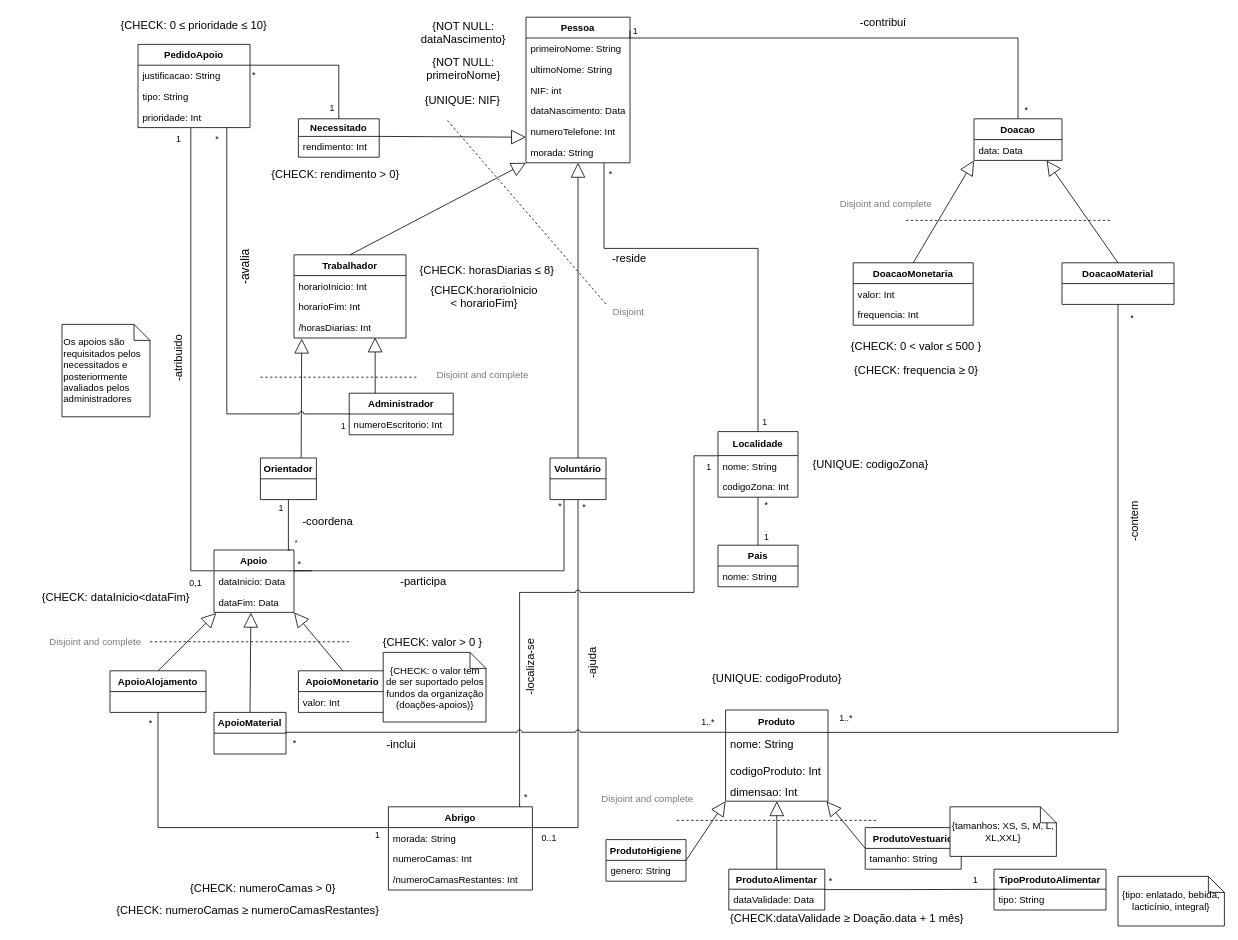
Before: Delivery_I/diagram.drawio in francisco-rente/FEUP-BDAD, a draw.io diagram. Source tidied: cells renumbered, new cells numbered last; positions are measured from the earlier drawing's top-left corner, leaving out a move shared by most shapes. Both pictures are drawn from the tidied source at 80%, with x=0, y=0 at pixel (38, 14).
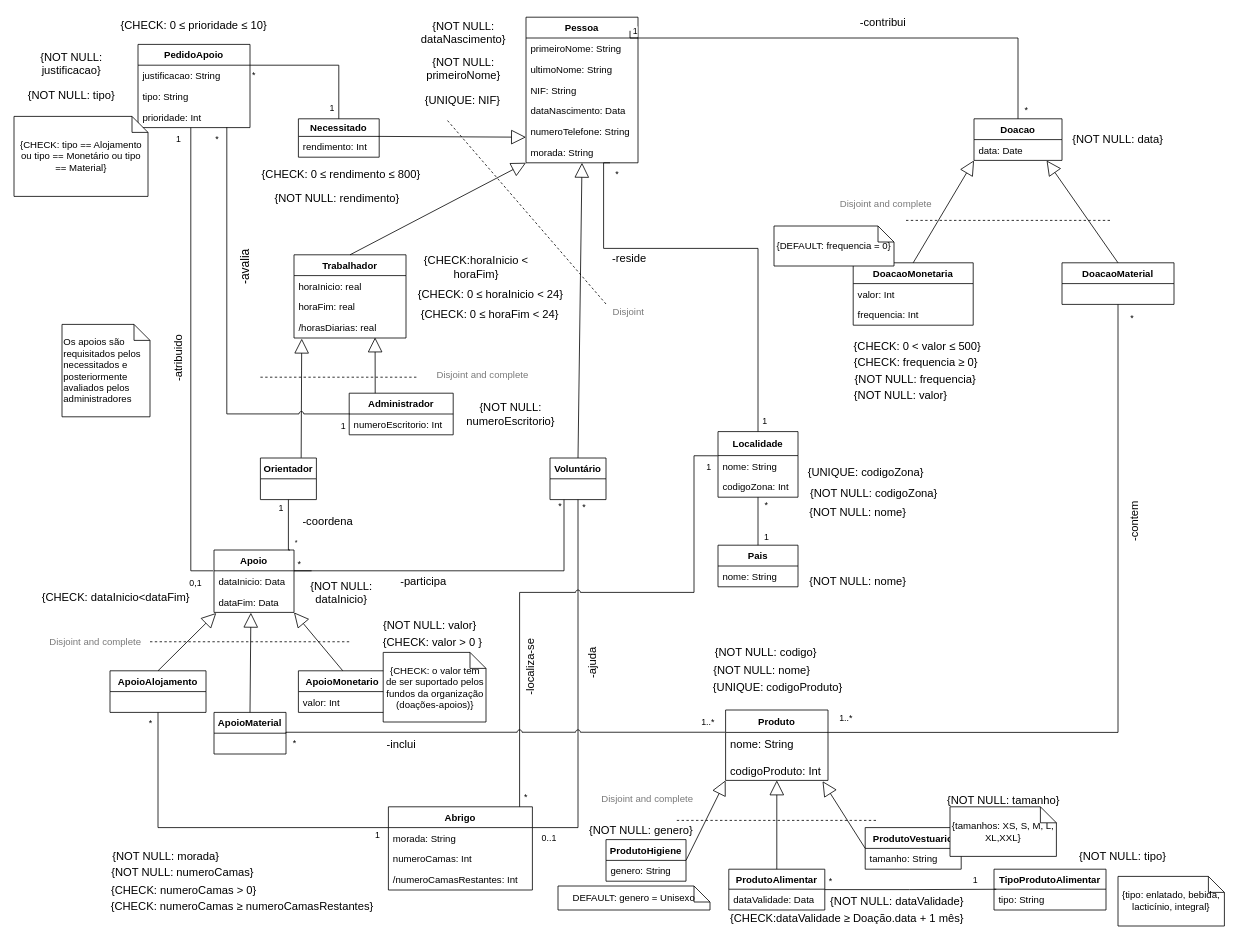
After the change.

Commit message (it also covers changes not shown here):
:memo: changed work hours to real and udated UML

The change refers to these unchanged cells:
```xml
<mxCell id="9" value="Trabalhador" style="swimlane;fontStyle=1;horizontal=1;startSize=26;fillColor=none;" parent="1" vertex="1">
  <mxGeometry x="320" y="301" width="140" height="104" as="geometry" />
</mxCell>
<mxCell id="27" value="ProdutoVestuario" style="swimlane;fontStyle=1;horizontal=1;startSize=26;fillColor=none;" parent="1" vertex="1">
  <mxGeometry x="1034" y="1017" width="120" height="52" as="geometry" />
</mxCell>
<mxCell id="35" value="Doacao" style="swimlane;fontStyle=1;horizontal=1;startSize=26;fillColor=none;" parent="1" vertex="1">
  <mxGeometry x="1170" y="131" width="110" height="52" as="geometry" />
</mxCell>
<mxCell id="135" value="codigoProduto: Int" style="text;strokeColor=none;fillColor=none;align=left;verticalAlign=top;spacingLeft=4;spacingRight=4;overflow=hidden;points=[[0,0.5],[1,0.5]];portConstraint=eastwest;fontSize=14;" parent="133" vertex="1">
  <mxGeometry y="62" width="128" height="26" as="geometry" />
</mxCell>
```

What changed in the source:
```diff
@@
     <mxCell id="2" value="Pessoa" style="swimlane;fontStyle=1;horizontal=1;startSize=26;fillColor=none;" parent="1" vertex="1">
-      <mxGeometry x="610" y="4" width="130" height="182" as="geometry" />
+      <mxGeometry x="610" y="4" width="140" height="182" as="geometry" />
     </mxCell>
     <mxCell id="3" value="primeiroNome: String" style="text;strokeColor=none;fillColor=none;align=left;verticalAlign=top;spacingLeft=4;spacingRight=4;overflow=hidden;" parent="2" vertex="1">
-      <mxGeometry y="26" width="130" height="26" as="geometry" />
+      <mxGeometry y="26" width="140" height="26" as="geometry" />
     </mxCell>
     <mxCell id="4" value="ultimoNome: String" style="text;strokeColor=none;fillColor=none;align=left;verticalAlign=top;spacingLeft=4;spacingRight=4;overflow=hidden;" parent="2" vertex="1">
-      <mxGeometry y="52" width="130" height="26" as="geometry" />
+      <mxGeometry y="52" width="140" height="26" as="geometry" />
     </mxCell>
-    <mxCell id="5" value="NIF: int" style="text;strokeColor=none;fillColor=none;align=left;verticalAlign=top;spacingLeft=4;spacingRight=4;overflow=hidden;" parent="2" vertex="1">
-      <mxGeometry y="78" width="130" height="26" as="geometry" />
+    <mxCell id="5" value="NIF: String" style="text;strokeColor=none;fillColor=none;align=left;verticalAlign=top;spacingLeft=4;spacingRight=4;overflow=hidden;" parent="2" vertex="1">
+      <mxGeometry y="78" width="140" height="26" as="geometry" />
     </mxCell>
     <mxCell id="6" value="dataNascimento: Data" style="text;strokeColor=none;fillColor=none;align=left;verticalAlign=top;spacingLeft=4;spacingRight=4;overflow=hidden;" parent="2" vertex="1">
-      <mxGeometry y="104" width="130" height="26" as="geometry" />
+      <mxGeometry y="104" width="140" height="26" as="geometry" />
     </mxCell>
-    <mxCell id="7" value="numeroTelefone: Int" style="text;strokeColor=none;fillColor=none;align=left;verticalAlign=top;spacingLeft=4;spacingRight=4;overflow=hidden;" parent="2" vertex="1">
-      <mxGeometry y="130" width="130" height="26" as="geometry" />
+    <mxCell id="7" value="numeroTelefone: String" style="text;strokeColor=none;fillColor=none;align=left;verticalAlign=top;spacingLeft=4;spacingRight=4;overflow=hidden;" parent="2" vertex="1">
+      <mxGeometry y="130" width="140" height="26" as="geometry" />
     </mxCell>
     <mxCell id="8" value="morada: String" style="text;strokeColor=none;fillColor=none;align=left;verticalAlign=top;spacingLeft=4;spacingRight=4;overflow=hidden;" parent="2" vertex="1">
-      <mxGeometry y="156" width="130" height="26" as="geometry" />
+      <mxGeometry y="156" width="140" height="26" as="geometry" />
     </mxCell>
@@
-    <mxCell id="10" value="horarioInicio: Int" style="text;strokeColor=none;fillColor=none;align=left;verticalAlign=top;spacingLeft=4;spacingRight=4;overflow=hidden;" parent="9" vertex="1">
+    <mxCell id="10" value="horaInicio: real" style="text;strokeColor=none;fillColor=none;align=left;verticalAlign=top;spacingLeft=4;spacingRight=4;overflow=hidden;" parent="9" vertex="1">
       <mxGeometry y="26" width="140" height="26" as="geometry" />
     </mxCell>
-    <mxCell id="11" value="horarioFim: Int" style="text;strokeColor=none;fillColor=none;align=left;verticalAlign=top;spacingLeft=4;spacingRight=4;overflow=hidden;" parent="9" vertex="1">
+    <mxCell id="11" value="horaFim: real" style="text;strokeColor=none;fillColor=none;align=left;verticalAlign=top;spacingLeft=4;spacingRight=4;overflow=hidden;" parent="9" vertex="1">
       <mxGeometry y="52" width="140" height="26" as="geometry" />
     </mxCell>
-    <mxCell id="12" value="/horasDiarias: Int" style="text;strokeColor=none;fillColor=none;align=left;verticalAlign=top;spacingLeft=4;spacingRight=4;overflow=hidden;points=[[0,0.5],[1,0.5]];portConstraint=eastwest;" parent="9" vertex="1">
+    <mxCell id="12" value="/horasDiarias: real" style="text;strokeColor=none;fillColor=none;align=left;verticalAlign=top;spacingLeft=4;spacingRight=4;overflow=hidden;points=[[0,0.5],[1,0.5]];portConstraint=eastwest;" parent="9" vertex="1">
       <mxGeometry y="78" width="140" height="26" as="geometry" />
     </mxCell>
@@
-    <mxCell id="36" value="data: Data" style="text;strokeColor=none;fillColor=none;align=left;verticalAlign=top;spacingLeft=4;spacingRight=4;overflow=hidden;points=[[0,0.5],[1,0.5]];portConstraint=eastwest;" parent="35" vertex="1">
+    <mxCell id="36" value="data: Date" style="text;strokeColor=none;fillColor=none;align=left;verticalAlign=top;spacingLeft=4;spacingRight=4;overflow=hidden;points=[[0,0.5],[1,0.5]];portConstraint=eastwest;" parent="35" vertex="1">
       <mxGeometry y="26" width="110" height="26" as="geometry" />
     </mxCell>
@@
-    <mxCell id="52" style="endArrow=block;endSize=16;endFill=0;html=1;rounded=0;jumpStyle=arc;entryX=0.986;entryY=1.008;entryDx=0;entryDy=0;entryPerimeter=0;exitX=0;exitY=0.5;exitDx=0;exitDy=0;" parent="1" edge="1" source="27" target="136">
+    <mxCell id="52" style="endArrow=block;endSize=16;endFill=0;html=1;rounded=0;jumpStyle=arc;entryX=0.947;entryY=1.038;entryDx=0;entryDy=0;entryPerimeter=0;exitX=0;exitY=0.5;exitDx=0;exitDy=0;" parent="1" edge="1" source="27" target="135">
       <mxGeometry x="130" y="26" as="geometry" />
     </mxCell>
@@
     <mxCell id="74" value="&lt;font style=&quot;font-size: 14px&quot;&gt;{&lt;/font&gt;&lt;font style=&quot;font-size: 14px&quot;&gt;&lt;font style=&quot;font-size: 14px&quot;&gt;CHECK: numeroCamas ≥&amp;nbsp;&lt;/font&gt;&lt;/font&gt;&lt;font style=&quot;font-size: 14px&quot;&gt;&lt;font style=&quot;font-size: 14px&quot;&gt;&lt;font style=&quot;font-size: 14px&quot;&gt;numeroCamasRestantes&lt;/font&gt;&lt;/font&gt;}&lt;/font&gt;" style="text;html=1;strokeColor=none;fillColor=none;align=center;verticalAlign=middle;whiteSpace=wrap;rounded=1;" parent="1" vertex="1">
-      <mxGeometry x="90" y="1107" width="345" height="28" as="geometry" />
+      <mxGeometry x="89.5" y="1103.5" width="330.5" height="23.5" as="geometry" />
     </mxCell>
@@
-    <mxCell id="76" value="&lt;font style=&quot;font-size: 14px&quot;&gt;{CHECK: horasDiarias ≤ 8}&lt;/font&gt;" style="text;html=1;strokeColor=none;fillColor=none;align=center;verticalAlign=middle;whiteSpace=wrap;rounded=0;" parent="1" vertex="1">
-      <mxGeometry x="471.5" y="311" width="178.5" height="20" as="geometry" />
-    </mxCell>
@@
     <mxCell id="78" value="&lt;font style=&quot;font-size: 14px&quot;&gt;{CHECK: &lt;/font&gt;&lt;font style=&quot;font-size: 14px&quot;&gt;&lt;font style=&quot;font-size: 14px&quot;&gt;numeroCamas &amp;gt; 0&lt;/font&gt;}&lt;/font&gt;" style="text;html=1;strokeColor=none;fillColor=none;align=center;verticalAlign=middle;whiteSpace=wrap;rounded=1;" parent="1" vertex="1">
-      <mxGeometry x="180" y="1084" width="203" height="18" as="geometry" />
+      <mxGeometry x="87" y="1085.5" width="191" height="18" as="geometry" />
     </mxCell>
-    <mxCell id="79" value="&lt;font style=&quot;font-size: 14px&quot;&gt;{CHECK: 0 &amp;lt; valor &lt;font style=&quot;font-size: 14px&quot;&gt;&lt;span class=&quot;box&quot;&gt;≤ 500&lt;/span&gt;&lt;/font&gt; }&lt;/font&gt;" style="text;html=1;strokeColor=none;fillColor=none;align=center;verticalAlign=middle;whiteSpace=wrap;rounded=0;" parent="1" vertex="1">
-      <mxGeometry x="1013" y="405" width="170" height="20" as="geometry" />
+    <mxCell id="79" value="&lt;font style=&quot;font-size: 14px&quot;&gt;{CHECK: 0 &amp;lt; valor &lt;font style=&quot;font-size: 14px&quot;&gt;&lt;span class=&quot;box&quot;&gt;≤ 500&lt;/span&gt;&lt;/font&gt;}&lt;/font&gt;" style="text;html=1;strokeColor=none;fillColor=none;align=center;verticalAlign=middle;whiteSpace=wrap;rounded=0;" parent="1" vertex="1">
+      <mxGeometry x="1015" y="405" width="169" height="20" as="geometry" />
     </mxCell>
@@
     <mxCell id="115" value="{UNIQUE: codigoZona}" style="text;html=1;strokeColor=none;fillColor=none;align=center;verticalAlign=middle;whiteSpace=wrap;rounded=0;fontSize=14;" parent="1" vertex="1">
-      <mxGeometry x="960" y="553" width="162" height="20" as="geometry" />
+      <mxGeometry x="957" y="563" width="156" height="20" as="geometry" />
     </mxCell>
-    <mxCell id="116" value="&lt;font style=&quot;font-size: 14px&quot;&gt;{CHECK:horarioInicio &amp;lt; horarioFim}&lt;/font&gt;" style="text;html=1;strokeColor=none;fillColor=none;align=center;verticalAlign=middle;whiteSpace=wrap;rounded=0;" parent="1" vertex="1">
-      <mxGeometry x="504.5" y="343" width="105.5" height="20" as="geometry" />
+    <mxCell id="116" value="&lt;font style=&quot;font-size: 14px&quot;&gt;{CHECK:horaInicio &amp;lt; horaFim}&lt;/font&gt;" style="text;html=1;strokeColor=none;fillColor=none;align=center;verticalAlign=middle;whiteSpace=wrap;rounded=0;" parent="1" vertex="1">
+      <mxGeometry x="476.5" y="306" width="142" height="20" as="geometry" />
     </mxCell>
@@
     <mxCell id="118" value="&lt;font style=&quot;font-size: 14px&quot;&gt;{CHECK: frequencia&lt;font style=&quot;font-size: 14px&quot;&gt;&lt;font style=&quot;font-size: 14px&quot;&gt; ≥ &lt;/font&gt;&lt;/font&gt;0}&lt;/font&gt;" style="text;html=1;strokeColor=none;fillColor=none;align=center;verticalAlign=middle;whiteSpace=wrap;rounded=0;" parent="1" vertex="1">
-      <mxGeometry x="1013" y="435.8" width="170" height="20" as="geometry" />
+      <mxGeometry x="1017.5" y="425" width="159" height="20" as="geometry" />
     </mxCell>
-    <mxCell id="119" value="&lt;font style=&quot;font-size: 14px&quot;&gt;{CHECK: rendimento &amp;gt; 0}&lt;/font&gt;" style="text;whiteSpace=wrap;html=1;fontSize=14;" parent="1" vertex="1">
-      <mxGeometry x="290" y="186" width="165" height="30" as="geometry" />
+    <mxCell id="119" value="&lt;font style=&quot;font-size: 14px&quot;&gt;{CHECK: 0 &lt;/font&gt;&lt;font style=&quot;font-size: 14px&quot;&gt;&lt;font style=&quot;font-size: 14px&quot;&gt;≤&lt;/font&gt; rendimento &lt;/font&gt;&lt;font style=&quot;font-size: 14px&quot;&gt;&lt;span class=&quot;box&quot;&gt;≤ 800&lt;/span&gt;}&lt;/font&gt;" style="text;whiteSpace=wrap;html=1;fontSize=14;" parent="1" vertex="1">
+      <mxGeometry x="278" y="186" width="210" height="30" as="geometry" />
     </mxCell>
@@
     <mxCell id="131" value="{UNIQUE: codigoProduto}" style="text;html=1;strokeColor=none;fillColor=none;align=center;verticalAlign=middle;whiteSpace=wrap;rounded=0;fontSize=14;" parent="1" vertex="1">
-      <mxGeometry x="823" y="821" width="202" height="20" as="geometry" />
+      <mxGeometry x="824" y="831.5" width="202" height="20" as="geometry" />
     </mxCell>
@@
     <mxCell id="133" value="Produto" style="swimlane;fontStyle=1;horizontal=1;startSize=28;fillColor=none;" parent="1" vertex="1">
-      <mxGeometry x="859.5" y="870" width="128" height="114" as="geometry" />
+      <mxGeometry x="859.5" y="870" width="128" height="88" as="geometry" />
     </mxCell>
@@
-    <mxCell id="136" value="dimensao: Int" style="text;strokeColor=none;fillColor=none;align=left;verticalAlign=top;spacingLeft=4;spacingRight=4;overflow=hidden;points=[[0,0.5],[1,0.5]];portConstraint=eastwest;fontSize=14;" parent="133" vertex="1">
-      <mxGeometry y="88" width="128" height="26" as="geometry" />
-    </mxCell>
@@
+    <mxCell id="152" value="&lt;font style=&quot;font-size: 14px&quot;&gt;{NOT NULL: rendimento}&lt;/font&gt;" style="text;whiteSpace=wrap;html=1;fontSize=14;" parent="1" vertex="1">
+      <mxGeometry x="293.5" y="216" width="165" height="30" as="geometry" />
+    </mxCell>
+    <mxCell id="153" value="&lt;font style=&quot;font-size: 14px&quot;&gt;{NOT NULL: justificacao} &lt;/font&gt;" style="text;html=1;strokeColor=none;fillColor=none;align=center;verticalAlign=middle;whiteSpace=wrap;rounded=0;fontSize=12;" parent="1" vertex="1">
+      <mxGeometry x="-30" y="46" width="143.5" height="32" as="geometry" />
+    </mxCell>
+    <mxCell id="154" value="&lt;font style=&quot;font-size: 14px&quot;&gt;{NOT NULL: tipo} &lt;/font&gt;" style="text;html=1;strokeColor=none;fillColor=none;align=center;verticalAlign=middle;whiteSpace=wrap;rounded=0;fontSize=12;" parent="1" vertex="1">
+      <mxGeometry x="-30" y="86" width="143.5" height="32" as="geometry" />
+    </mxCell>
+    <mxCell id="155" value="{CHECK: tipo == Alojamento ou tipo == Monetário ou tipo == Material}" style="shape=note;size=20;whiteSpace=wrap;html=1;" parent="1" vertex="1">
+      <mxGeometry x="-30" y="128" width="167.5" height="100" as="geometry" />
+    </mxCell>
+    <mxCell id="156" value="&lt;font style=&quot;font-size: 14px&quot;&gt;{CHECK: 0 &lt;/font&gt;&lt;font style=&quot;font-size: 14px&quot;&gt;&lt;font style=&quot;font-size: 14px&quot;&gt;≤&lt;/font&gt; horaFim&lt;/font&gt;&lt;font style=&quot;font-size: 14px&quot;&gt;&lt;span class=&quot;box&quot;&gt; &amp;lt; 24&lt;/span&gt;}&lt;/font&gt;" style="text;html=1;strokeColor=none;fillColor=none;align=center;verticalAlign=middle;whiteSpace=wrap;rounded=0;" parent="1" vertex="1">
+      <mxGeometry x="458.5" y="369.5" width="212" height="13" as="geometry" />
+    </mxCell>
+    <mxCell id="157" value="&lt;font style=&quot;font-size: 14px&quot;&gt;{CHECK: 0 &lt;/font&gt;&lt;font style=&quot;font-size: 14px&quot;&gt;&lt;font style=&quot;font-size: 14px&quot;&gt;≤&lt;/font&gt; horaInicio&lt;/font&gt;&lt;font style=&quot;font-size: 14px&quot;&gt;&lt;span class=&quot;box&quot;&gt; &amp;lt; 24&lt;/span&gt;}&lt;/font&gt;" style="text;html=1;strokeColor=none;fillColor=none;align=center;verticalAlign=middle;whiteSpace=wrap;rounded=0;" parent="1" vertex="1">
+      <mxGeometry x="460" y="343.5" width="212" height="13" as="geometry" />
+    </mxCell>
+    <mxCell id="158" value="&lt;font style=&quot;font-size: 14px&quot;&gt;{NOT NULL: numeroEscritorio} &lt;/font&gt;" style="text;html=1;strokeColor=none;fillColor=none;align=center;verticalAlign=middle;whiteSpace=wrap;rounded=0;fontSize=12;" parent="1" vertex="1">
+      <mxGeometry x="519" y="484" width="143.5" height="32" as="geometry" />
+    </mxCell>
+    <mxCell id="159" value="&lt;font style=&quot;font-size: 14px&quot;&gt;{NOT NULL: dataInicio} &lt;/font&gt;" style="text;html=1;strokeColor=none;fillColor=none;align=center;verticalAlign=middle;whiteSpace=wrap;rounded=0;fontSize=12;" parent="1" vertex="1">
+      <mxGeometry x="332" y="707" width="94.5" height="32" as="geometry" />
+    </mxCell>
+    <mxCell id="160" value="&lt;font style=&quot;font-size: 14px&quot;&gt;{NOT NULL: valor} &lt;/font&gt;" style="text;html=1;strokeColor=none;fillColor=none;align=center;verticalAlign=middle;whiteSpace=wrap;rounded=0;fontSize=12;" parent="1" vertex="1">
+      <mxGeometry x="420" y="748" width="140" height="32" as="geometry" />
+    </mxCell>
+    <mxCell id="161" value="&lt;font style=&quot;font-size: 14px&quot;&gt;{NOT NULL: morada} &lt;/font&gt;" style="text;html=1;strokeColor=none;fillColor=none;align=center;verticalAlign=middle;whiteSpace=wrap;rounded=0;fontSize=12;" parent="1" vertex="1">
+      <mxGeometry x="91" y="1037" width="138" height="32" as="geometry" />
+    </mxCell>
+    <mxCell id="162" value="&lt;font style=&quot;font-size: 14px&quot;&gt;{NOT NULL: numeroCamas} &lt;/font&gt;" style="text;html=1;strokeColor=none;fillColor=none;align=center;verticalAlign=middle;whiteSpace=wrap;rounded=0;fontSize=12;" parent="1" vertex="1">
+      <mxGeometry x="89" y="1061" width="184" height="24.5" as="geometry" />
+    </mxCell>
+    <mxCell id="163" value="&lt;font style=&quot;font-size: 14px&quot;&gt;{NOT NULL: data} &lt;/font&gt;" style="text;html=1;strokeColor=none;fillColor=none;align=center;verticalAlign=middle;whiteSpace=wrap;rounded=0;fontSize=12;" parent="1" vertex="1">
+      <mxGeometry x="1290" y="141" width="120" height="32" as="geometry" />
+    </mxCell>
+    <mxCell id="164" value="&lt;font style=&quot;font-size: 14px&quot;&gt;{NOT NULL: valor} &lt;/font&gt;" style="text;html=1;strokeColor=none;fillColor=none;align=center;verticalAlign=middle;whiteSpace=wrap;rounded=0;fontSize=12;" parent="1" vertex="1">
+      <mxGeometry x="1019" y="460.5" width="119" height="32" as="geometry" />
+    </mxCell>
+    <mxCell id="165" value="&lt;font style=&quot;font-size: 14px&quot;&gt;{NOT NULL: frequencia} &lt;/font&gt;" style="text;html=1;strokeColor=none;fillColor=none;align=center;verticalAlign=middle;whiteSpace=wrap;rounded=0;fontSize=12;" parent="1" vertex="1">
+      <mxGeometry x="1020" y="445" width="154" height="23" as="geometry" />
+    </mxCell>
+    <mxCell id="166" value="{DEFAULT: frequencia = 0} " style="shape=note;size=20;whiteSpace=wrap;html=1;" parent="1" vertex="1">
+      <mxGeometry x="920" y="265" width="150" height="50" as="geometry" />
+    </mxCell>
+    <mxCell id="167" value="&lt;font style=&quot;font-size: 14px&quot;&gt;{NOT NULL: codigoZona} &lt;/font&gt;" style="text;html=1;strokeColor=none;fillColor=none;align=center;verticalAlign=middle;whiteSpace=wrap;rounded=0;fontSize=12;" parent="1" vertex="1">
+      <mxGeometry x="960" y="583" width="170" height="32" as="geometry" />
+    </mxCell>
+    <mxCell id="168" value="&lt;font style=&quot;font-size: 14px&quot;&gt;{NOT NULL: nome} &lt;/font&gt;" style="text;html=1;strokeColor=none;fillColor=none;align=center;verticalAlign=middle;whiteSpace=wrap;rounded=0;fontSize=12;" parent="1" vertex="1">
+      <mxGeometry x="960" y="693" width="130" height="32" as="geometry" />
+    </mxCell>
+    <mxCell id="169" value="&lt;font style=&quot;font-size: 14px&quot;&gt;{NOT NULL: nome} &lt;/font&gt;" style="text;html=1;strokeColor=none;fillColor=none;align=center;verticalAlign=middle;whiteSpace=wrap;rounded=0;fontSize=12;" parent="1" vertex="1">
+      <mxGeometry x="960" y="607" width="130" height="32" as="geometry" />
+    </mxCell>
+    <mxCell id="170" value="&lt;font style=&quot;font-size: 14px&quot;&gt;{NOT NULL: nome} &lt;/font&gt;" style="text;html=1;strokeColor=none;fillColor=none;align=center;verticalAlign=middle;whiteSpace=wrap;rounded=0;fontSize=12;" parent="1" vertex="1">
+      <mxGeometry x="840" y="809.5" width="130" height="22" as="geometry" />
+    </mxCell>
+    <mxCell id="171" value="&lt;font style=&quot;font-size: 14px&quot;&gt;{NOT NULL: codigo} &lt;/font&gt;" style="text;html=1;strokeColor=none;fillColor=none;align=center;verticalAlign=middle;whiteSpace=wrap;rounded=0;fontSize=12;" parent="1" vertex="1">
+      <mxGeometry x="840" y="785.5" width="140" height="24" as="geometry" />
+    </mxCell>
+    <mxCell id="172" value="&lt;font style=&quot;font-size: 14px&quot;&gt;{NOT NULL: genero} &lt;/font&gt;" style="text;html=1;strokeColor=none;fillColor=none;align=center;verticalAlign=middle;whiteSpace=wrap;rounded=0;fontSize=12;" parent="1" vertex="1">
+      <mxGeometry x="684" y="1008" width="140" height="24" as="geometry" />
+    </mxCell>
+    <mxCell id="173" value="DEFAULT: genero = Unisexo" style="shape=note;size=20;whiteSpace=wrap;html=1;rounded=0;fillColor=none;gradientColor=none;" parent="1" vertex="1">
+      <mxGeometry x="650" y="1090" width="190" height="30" as="geometry" />
+    </mxCell>
+    <mxCell id="174" value="&lt;font style=&quot;font-size: 14px&quot;&gt;{NOT NULL: dataValidade} &lt;/font&gt;" style="text;html=1;strokeColor=none;fillColor=none;align=center;verticalAlign=middle;whiteSpace=wrap;rounded=0;fontSize=12;" parent="1" vertex="1">
+      <mxGeometry x="986.5" y="1097" width="173.5" height="24" as="geometry" />
+    </mxCell>
+    <mxCell id="175" value="&lt;font style=&quot;font-size: 14px&quot;&gt;{NOT NULL: tipo} &lt;/font&gt;" style="text;html=1;strokeColor=none;fillColor=none;align=center;verticalAlign=middle;whiteSpace=wrap;rounded=0;fontSize=12;" parent="1" vertex="1">
+      <mxGeometry x="1283.5" y="1041" width="143.5" height="24" as="geometry" />
+    </mxCell>
+    <mxCell id="176" value="&lt;font style=&quot;font-size: 14px&quot;&gt;{NOT NULL: tamanho} &lt;/font&gt;" style="text;html=1;strokeColor=none;fillColor=none;align=center;verticalAlign=middle;whiteSpace=wrap;rounded=0;fontSize=12;" parent="1" vertex="1">
+      <mxGeometry x="1134.8" y="971" width="143.5" height="24" as="geometry" />
+    </mxCell>
```
